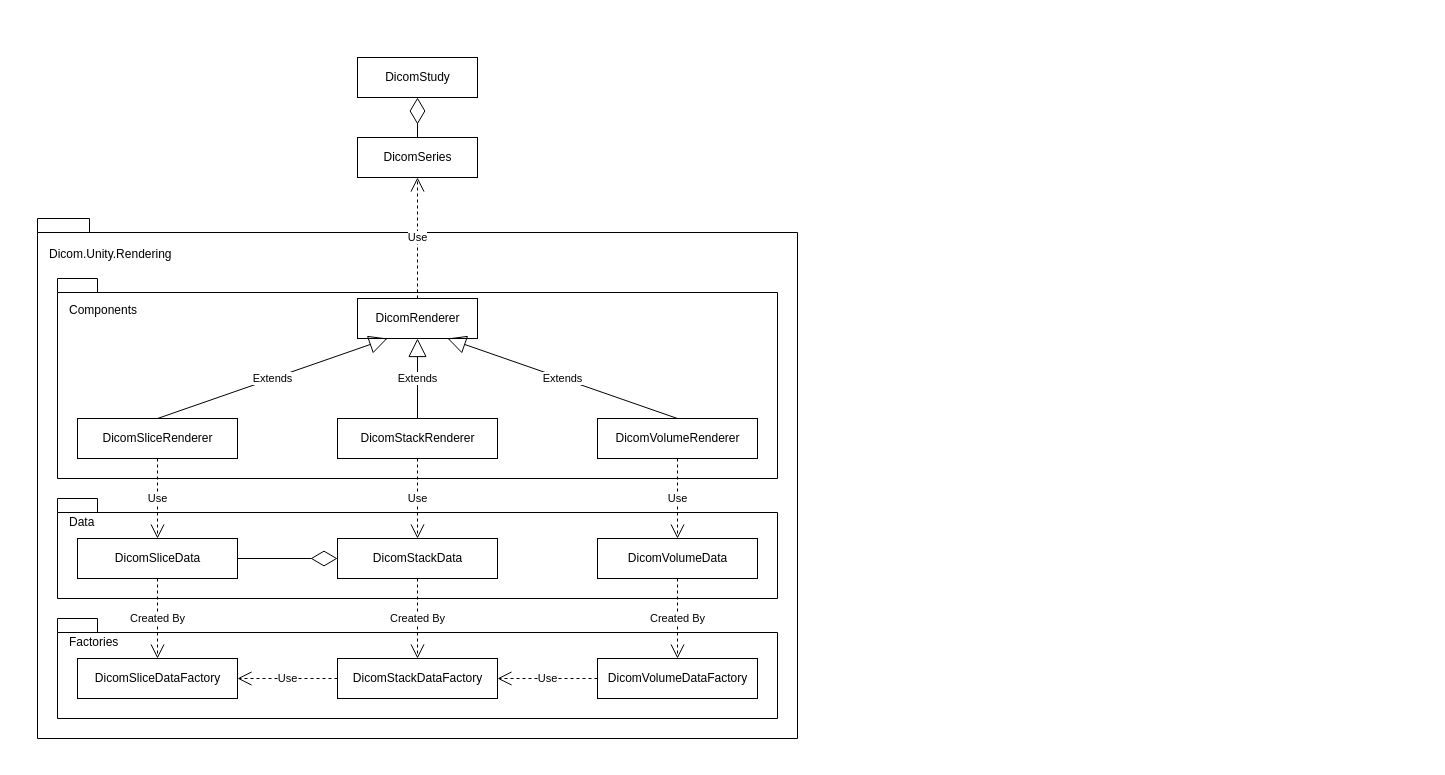
The draw.io diagram page "Rendering" (2 of 3) of Assets/Content/fo-dicom-unity/fo-dicom-unity.drawio in willyci/fo-dicom-unity, before the edit. Source tidied: cells renumbered, new cells numbered last; positions are measured from the earlier drawing's top-left corner, leaving out a move shared by most shapes. Both pictures are drawn from the tidied source at 100%, with x=0, y=0 at pixel (37, 57).
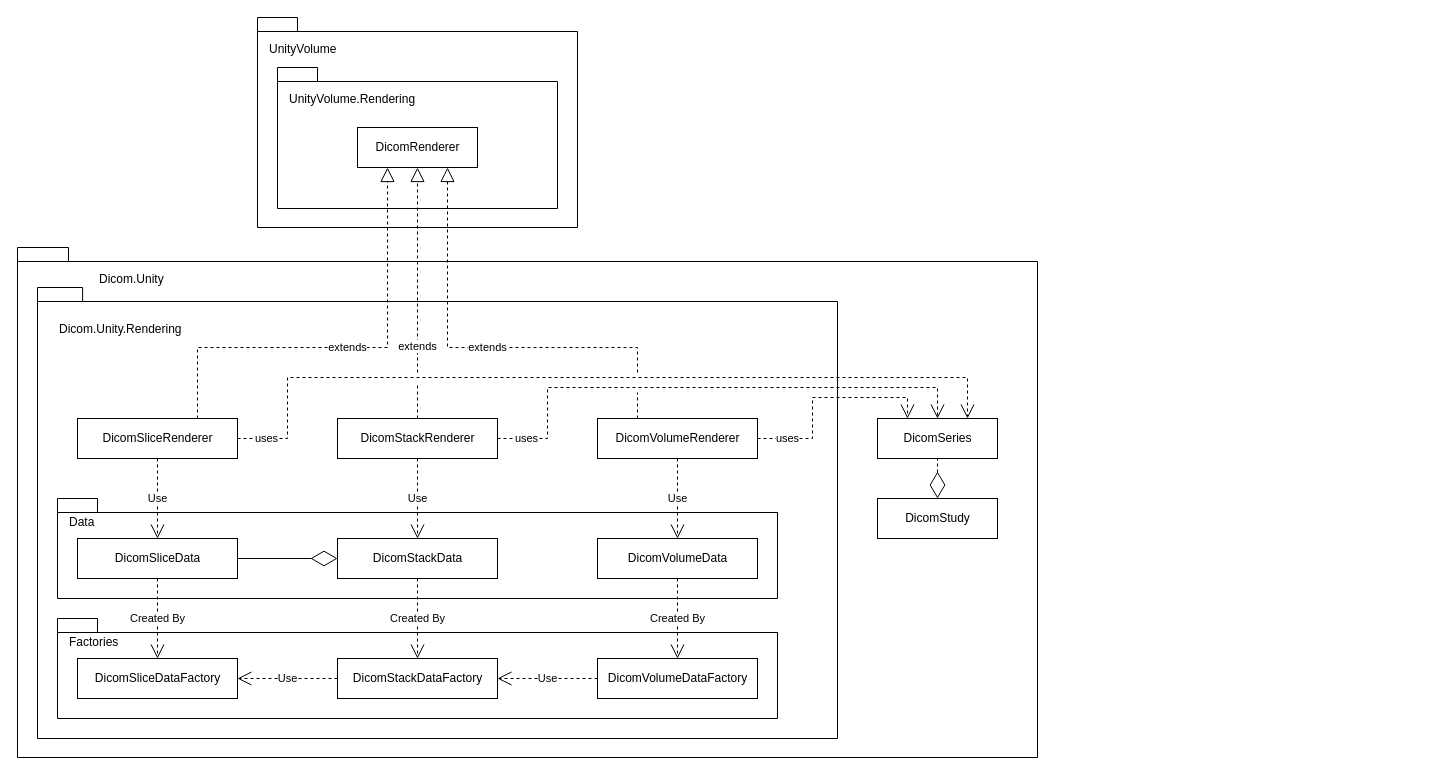
The same page after the edit.

The change refers to these unchanged cells:
```xml
<mxCell id="14" value="DicomSliceRenderer" style="html=1;" parent="1" vertex="1">
  <mxGeometry x="40" y="361" width="160" height="40" as="geometry" />
</mxCell>
<mxCell id="15" value="DicomStackRenderer" style="html=1;" parent="1" vertex="1">
  <mxGeometry x="300" y="361" width="160" height="40" as="geometry" />
</mxCell>
<mxCell id="16" value="DicomVolumeRenderer" style="html=1;" parent="1" vertex="1">
  <mxGeometry x="560" y="361" width="160" height="40" as="geometry" />
</mxCell>
<mxCell id="23" value="DicomVolumeData" style="html=1;" parent="1" vertex="1">
  <mxGeometry x="560" y="481" width="160" height="40" as="geometry" />
</mxCell>
```

What changed in the source:
```diff
@@
-    <mxCell id="2" style="group;" parent="1" vertex="1">
-      <mxGeometry y="200" width="1390" height="480" as="geometry" />
-    </mxCell>
+    <mxCell id="40" style="shape=folder;fontStyle=1;spacingTop=10;tabWidth=40;tabHeight=14;tabPosition=left;html=1;" parent="1" vertex="1">
+      <mxGeometry x="-20" y="190" width="1020" height="510" as="geometry" />
+    </mxCell>
-    <mxCell id="3" style="shape=folder;fontStyle=1;spacingTop=10;tabWidth=40;tabHeight=14;tabPosition=left;html=1;" parent="2" vertex="1">
-      <mxGeometry y="-39" width="760" height="520" as="geometry" />
+    <mxCell id="3" style="shape=folder;fontStyle=1;spacingTop=10;tabWidth=40;tabHeight=14;tabPosition=left;html=1;" parent="1" vertex="1">
+      <mxGeometry y="230" width="800" height="451" as="geometry" />
     </mxCell>
-    <mxCell id="4" style="group;" parent="2" vertex="1">
-      <mxGeometry x="20" y="21" width="720" height="330" as="geometry" />
-    </mxCell>
-    <mxCell id="5" style="shape=folder;fontStyle=1;spacingTop=10;tabWidth=40;tabHeight=14;tabPosition=left;html=1;align=left;" parent="4" vertex="1">
-      <mxGeometry width="720" height="200" as="geometry" />
-    </mxCell>
-    <mxCell id="6" value="Components" style="text;html=1;strokeColor=none;fillColor=none;align=left;verticalAlign=middle;whiteSpace=wrap;rounded=0;" parent="4" vertex="1">
-      <mxGeometry x="10" y="24" width="120" height="16" as="geometry" />
-    </mxCell>
+    <mxCell id="10" style="group;" parent="1" vertex="1">
+      <mxGeometry x="20" y="561" width="720" height="100" as="geometry" />
+    </mxCell>
+    <mxCell id="11" style="shape=folder;fontStyle=1;spacingTop=10;tabWidth=40;tabHeight=14;tabPosition=left;html=1;align=left;" parent="10" vertex="1">
+      <mxGeometry width="720" height="100" as="geometry" />
+    </mxCell>
+    <mxCell id="12" value="Factories" style="text;html=1;strokeColor=none;fillColor=none;align=left;verticalAlign=middle;whiteSpace=wrap;rounded=0;" parent="10" vertex="1">
+      <mxGeometry x="10" y="19.3" width="120" height="8.4" as="geometry" />
+    </mxCell>
-    <mxCell id="7" style="group;" parent="2" vertex="1">
-      <mxGeometry x="20" y="241" width="720" height="100" as="geometry" />
+    <mxCell id="7" style="group;" parent="1" vertex="1">
+      <mxGeometry x="20" y="441" width="720" height="100" as="geometry" />
     </mxCell>
@@
-    <mxCell id="10" style="group;" parent="2" vertex="1">
-      <mxGeometry x="20" y="361" width="720" height="100" as="geometry" />
-    </mxCell>
-    <mxCell id="11" style="shape=folder;fontStyle=1;spacingTop=10;tabWidth=40;tabHeight=14;tabPosition=left;html=1;align=left;" parent="10" vertex="1">
-      <mxGeometry width="720" height="100" as="geometry" />
-    </mxCell>
-    <mxCell id="12" value="Factories" style="text;html=1;strokeColor=none;fillColor=none;align=left;verticalAlign=middle;whiteSpace=wrap;rounded=0;" parent="10" vertex="1">
-      <mxGeometry x="10" y="19.3" width="120" height="8.4" as="geometry" />
-    </mxCell>
+    <mxCell id="41" style="shape=folder;fontStyle=1;spacingTop=10;tabWidth=40;tabHeight=14;tabPosition=left;html=1;" parent="1" vertex="1">
+      <mxGeometry x="220" y="-40" width="320" height="210" as="geometry" />
+    </mxCell>
+    <mxCell id="42" style="shape=folder;fontStyle=1;spacingTop=10;tabWidth=40;tabHeight=14;tabPosition=left;html=1;" parent="1" vertex="1">
+      <mxGeometry x="240" y="10" width="280" height="141" as="geometry" />
+    </mxCell>
     <mxCell id="13" value="DicomRenderer" style="html=1;" parent="1" vertex="1">
-      <mxGeometry x="320" y="241" width="120" height="40" as="geometry" />
+      <mxGeometry x="320" y="70" width="120" height="40" as="geometry" />
     </mxCell>
+    <mxCell id="43" value="uses" style="edgeStyle=orthogonalEdgeStyle;rounded=0;jumpStyle=gap;jumpSize=10;jettySize=auto;html=1;exitX=1;exitY=0.5;exitDx=0;exitDy=0;entryX=0.75;entryY=0;entryDx=0;entryDy=0;dashed=1;endArrow=open;endFill=0;endSize=12;align=center;startSize=12;" parent="1" edge="1" source="14" target="34">
+      <mxGeometry x="-0.93" relative="1" as="geometry">
+        <Array as="points">
+          <mxPoint x="250" y="381" />
+          <mxPoint x="250" y="320" />
+          <mxPoint x="930" y="320" />
+        </Array>
+      </mxGeometry>
+    </mxCell>
+    <mxCell id="17" value="extends" style="edgeStyle=orthogonalEdgeStyle;rounded=0;jumpStyle=gap;jumpSize=10;jettySize=auto;html=1;exitX=0.75;exitY=0;exitDx=0;exitDy=0;entryX=0.25;entryY=1;entryDx=0;entryDy=0;dashed=1;endArrow=block;endFill=0;endSize=12;align=center;" parent="1" edge="1" source="14" target="13">
+      <mxGeometry relative="1" as="geometry">
+        <Array as="points">
+          <mxPoint x="160" y="290" />
+          <mxPoint x="350" y="290" />
+        </Array>
+      </mxGeometry>
+    </mxCell>
@@
+    <mxCell id="18" value="extends" style="edgeStyle=orthogonalEdgeStyle;rounded=0;jumpStyle=gap;jumpSize=10;jettySize=auto;html=1;exitX=0.5;exitY=0;exitDx=0;exitDy=0;entryX=0.5;entryY=1;entryDx=0;entryDy=0;dashed=1;align=center;endArrow=block;endFill=0;endSize=12;" parent="1" edge="1" source="15" target="13">
+      <mxGeometry x="-0.43" relative="1" as="geometry" />
+    </mxCell>
+    <mxCell id="44" value="uses" style="edgeStyle=orthogonalEdgeStyle;rounded=0;jumpStyle=gap;jumpSize=10;jettySize=auto;html=1;exitX=1;exitY=0.5;exitDx=0;exitDy=0;entryX=0.5;entryY=0;entryDx=0;entryDy=0;dashed=1;endArrow=open;endFill=0;endSize=12;align=center;startSize=12;" parent="1" edge="1" source="15" target="34">
+      <mxGeometry x="-0.89" relative="1" as="geometry">
+        <Array as="points">
+          <mxPoint x="510" y="381" />
+          <mxPoint x="510" y="330" />
+          <mxPoint x="900" y="330" />
+        </Array>
+      </mxGeometry>
+    </mxCell>
@@
+    <mxCell id="45" value="extends" style="edgeStyle=orthogonalEdgeStyle;rounded=0;jumpStyle=gap;jumpSize=10;jettySize=auto;html=1;exitX=0.25;exitY=0;exitDx=0;exitDy=0;entryX=0.75;entryY=1;entryDx=0;entryDy=0;dashed=1;endArrow=block;endFill=0;endSize=12;align=center;" parent="1" edge="1" source="16" target="13">
+      <mxGeometry relative="1" as="geometry">
+        <Array as="points">
+          <mxPoint x="600" y="290" />
+          <mxPoint x="410" y="290" />
+        </Array>
+      </mxGeometry>
+    </mxCell>
+    <mxCell id="46" value="uses" style="edgeStyle=orthogonalEdgeStyle;rounded=0;jumpStyle=gap;jumpSize=10;jettySize=auto;html=1;exitX=1;exitY=0.5;exitDx=0;exitDy=0;entryX=0.25;entryY=0;entryDx=0;entryDy=0;dashed=1;endArrow=open;endFill=0;endSize=12;align=center;startSize=12;" parent="1" edge="1" source="16" target="34">
+      <mxGeometry x="-0.72" relative="1" as="geometry">
+        <Array as="points">
+          <mxPoint x="775" y="381" />
+          <mxPoint x="775" y="340" />
+          <mxPoint x="870" y="340" />
+        </Array>
+      </mxGeometry>
+    </mxCell>
@@
-    <mxCell id="17" value="Extends" style="endArrow=block;endSize=16;endFill=0;html=1;exitX=0.5;exitY=0;exitDx=0;exitDy=0;entryX=0.25;entryY=1;entryDx=0;entryDy=0;" parent="1" edge="1" source="14" target="13">
-      <mxGeometry relative="1" as="geometry" />
-    </mxCell>
-    <mxCell id="18" value="Extends" style="endArrow=block;endSize=16;endFill=0;html=1;exitX=0.5;exitY=0;exitDx=0;exitDy=0;entryX=0.5;entryY=1;entryDx=0;entryDy=0;" parent="1" edge="1" source="15" target="13">
-      <mxGeometry relative="1" as="geometry" />
-    </mxCell>
-    <mxCell id="19" value="Extends" style="endArrow=block;endSize=16;endFill=0;html=1;exitX=0.5;exitY=0;exitDx=0;exitDy=0;entryX=0.75;entryY=1;entryDx=0;entryDy=0;" parent="1" edge="1" target="13">
-      <mxGeometry relative="1" as="geometry">
-        <mxPoint x="640" y="361" as="sourcePoint" />
-      </mxGeometry>
-    </mxCell>
@@
+    <mxCell id="38" value="Use" style="endArrow=open;endSize=12;dashed=1;html=1;exitX=0.5;exitY=1;exitDx=0;exitDy=0;entryX=0.5;entryY=0;entryDx=0;entryDy=0;" parent="1" edge="1" source="16" target="23">
+      <mxGeometry relative="1" as="geometry" />
+    </mxCell>
+    <mxCell id="47" value="UnityVolume.Rendering" style="text;html=1;strokeColor=none;fillColor=none;align=left;verticalAlign=middle;whiteSpace=wrap;rounded=0;" parent="1" vertex="1">
+      <mxGeometry x="250" y="30" width="90" height="24" as="geometry" />
+    </mxCell>
+    <mxCell id="48" value="UnityVolume" style="text;html=1;strokeColor=none;fillColor=none;align=left;verticalAlign=middle;whiteSpace=wrap;rounded=0;" parent="1" vertex="1">
+      <mxGeometry x="230" y="-20" width="90" height="24" as="geometry" />
+    </mxCell>
     <mxCell id="34" value="DicomSeries" style="html=1;" parent="1" vertex="1">
-      <mxGeometry x="320" y="80" width="120" height="40" as="geometry" />
+      <mxGeometry x="840" y="361" width="120" height="40" as="geometry" />
     </mxCell>
-    <mxCell id="35" value="Use" style="endArrow=open;endSize=12;dashed=1;html=1;exitX=0.5;exitY=0;exitDx=0;exitDy=0;entryX=0.5;entryY=1;entryDx=0;entryDy=0;" parent="1" edge="1" source="13" target="34">
-      <mxGeometry relative="1" as="geometry" />
-    </mxCell>
+    <mxCell id="49" style="edgeStyle=orthogonalEdgeStyle;rounded=0;jumpStyle=gap;jumpSize=10;jettySize=auto;html=1;exitX=0.5;exitY=0;exitDx=0;exitDy=0;entryX=0.5;entryY=1;entryDx=0;entryDy=0;dashed=1;endArrow=none;endFill=0;endSize=24;align=center;startArrow=diamondThin;startFill=0;startSize=24;" parent="1" edge="1" source="36" target="34">
+      <mxGeometry relative="1" as="geometry" />
+    </mxCell>
     <mxCell id="36" value="DicomStudy" style="html=1;" parent="1" vertex="1">
-      <mxGeometry x="320" width="120" height="40" as="geometry" />
+      <mxGeometry x="840" y="441" width="120" height="40" as="geometry" />
     </mxCell>
-    <mxCell id="37" style="endArrow=diamondThin;endFill=0;endSize=24;html=1;entryX=0.5;entryY=1;entryDx=0;entryDy=0;exitX=0.5;exitY=0;exitDx=0;exitDy=0;" parent="1" edge="1" source="34" target="36">
-      <mxGeometry relative="1" as="geometry" />
-    </mxCell>
-    <mxCell id="38" value="Use" style="endArrow=open;endSize=12;dashed=1;html=1;exitX=0.5;exitY=1;exitDx=0;exitDy=0;entryX=0.5;entryY=0;entryDx=0;entryDy=0;" parent="1" edge="1" source="16" target="23">
-      <mxGeometry relative="1" as="geometry" />
-    </mxCell>
     <mxCell id="39" value="Dicom.Unity.Rendering" style="text;html=1;strokeColor=none;fillColor=none;align=left;verticalAlign=middle;whiteSpace=wrap;rounded=0;" parent="1" vertex="1">
-      <mxGeometry x="10" y="185" width="90" height="24" as="geometry" />
+      <mxGeometry x="20" y="260" width="90" height="24" as="geometry" />
     </mxCell>
+    <mxCell id="50" value="Dicom.Unity" style="text;html=1;strokeColor=none;fillColor=none;align=left;verticalAlign=middle;whiteSpace=wrap;rounded=0;" parent="1" vertex="1">
+      <mxGeometry x="60" y="210" width="90" height="24" as="geometry" />
+    </mxCell>
```
